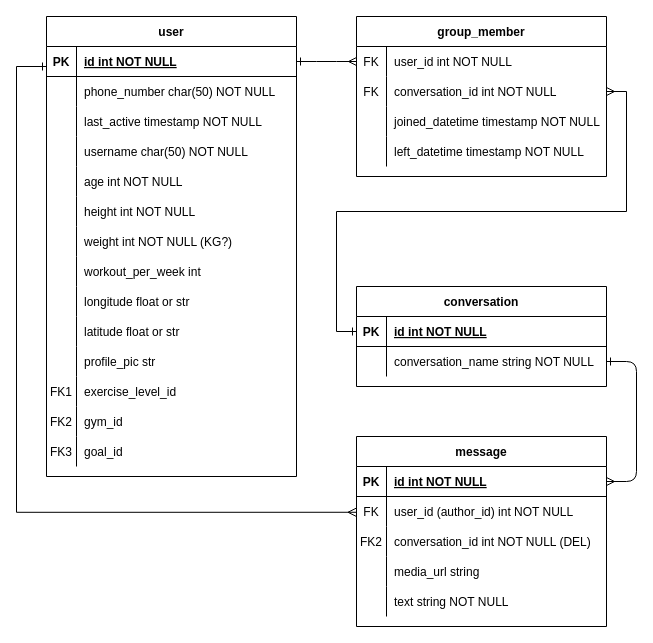
The draw.io diagram WeGoGym/WeGoGym-DB.drawio in ColaboAI/Diagrams, before the edit. Source tidied: cells renumbered, new cells numbered last; positions are measured from the earlier drawing's top-left corner, leaving out a move shared by most shapes. Both pictures are drawn from the tidied source at 100%, with x=0, y=0 at pixel (16, 16).
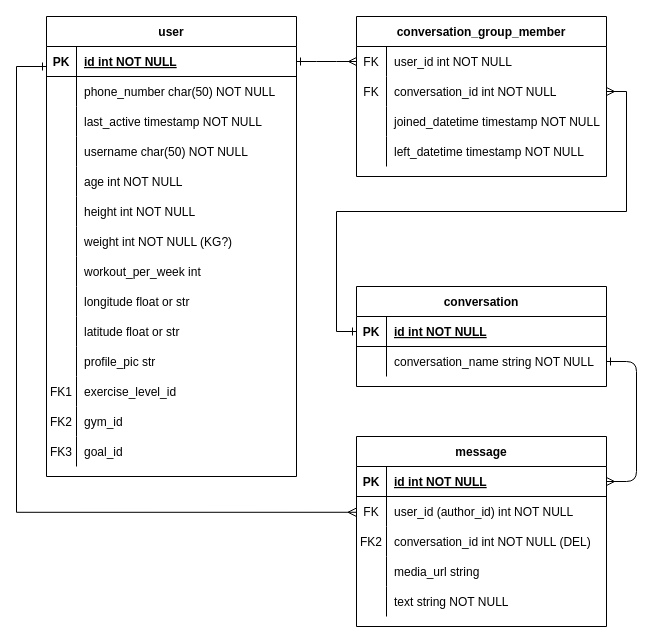
Above is the later version.

Commit message:
update table name

The edit, as a diff of the source:
```diff
@@
-    <mxCell id="70" value="group_member" style="shape=table;startSize=30;childLayout=tableLayout;rowLines=0;fontStyle=1;align=center;" parent="1" vertex="1">
+    <mxCell id="70" value="conversation_group_member" style="shape=table;startSize=30;childLayout=tableLayout;rowLines=0;fontStyle=1;align=center;" parent="1" vertex="1">
       <mxGeometry x="340" width="250" height="160" as="geometry" />
     </mxCell>
```
